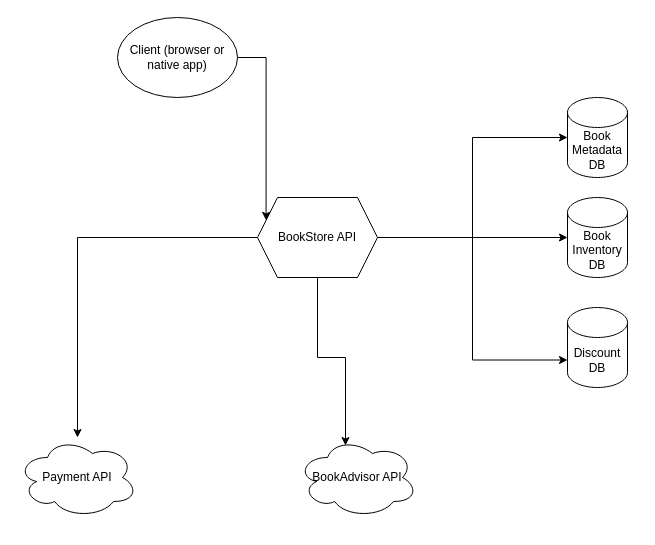
Above: docs/Technical Architecture.drawio in GTechene/BookShop (draw.io), before the change. Source tidied: cells renumbered, new cells numbered last; positions are measured from the earlier drawing's top-left corner, leaving out a move shared by most shapes. Both pictures are drawn from the tidied source at 100%, with x=0, y=0 at pixel (17, 17).
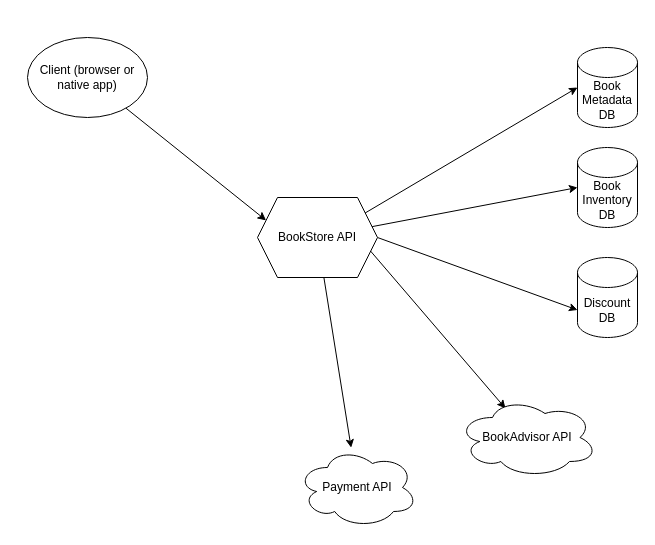
Above is the later version.

Commit message:
Update architecture to differentiate left-side adapters from right-side adapters

The edit, as a diff of the source:
```diff
@@
 <mxGraphModel>
   <root>
     <mxCell id="0" />
     <mxCell id="1" parent="0" />
-    <mxCell id="2" style="edgeStyle=orthogonalEdgeStyle;rounded=0;jettySize=auto;html=1;entryX=0;entryY=0.5;entryDx=0;entryDy=0;entryPerimeter=0;" parent="1" edge="1" source="7" target="10">
-      <mxGeometry relative="1" as="geometry" />
+    <mxCell id="2" style="rounded=0;jettySize=auto;html=1;entryX=0;entryY=0.5;entryDx=0;entryDy=0;entryPerimeter=0;" parent="1" edge="1" target="10">
+      <mxGeometry relative="1" as="geometry">
+        <mxPoint x="340" y="200" as="sourcePoint" />
+      </mxGeometry>
     </mxCell>
-    <mxCell id="3" style="edgeStyle=orthogonalEdgeStyle;rounded=0;jettySize=auto;html=1;entryX=0;entryY=0.5;entryDx=0;entryDy=0;entryPerimeter=0;" parent="1" edge="1" source="7" target="11">
-      <mxGeometry relative="1" as="geometry" />
+    <mxCell id="3" style="rounded=0;jettySize=auto;html=1;entryX=0;entryY=0.5;entryDx=0;entryDy=0;entryPerimeter=0;" parent="1" edge="1" target="11">
+      <mxGeometry relative="1" as="geometry">
+        <mxPoint x="350" y="210" as="sourcePoint" />
+      </mxGeometry>
     </mxCell>
-    <mxCell id="4" style="edgeStyle=orthogonalEdgeStyle;rounded=0;jettySize=auto;html=1;entryX=0;entryY=0;entryDx=0;entryDy=52.5;entryPerimeter=0;" parent="1" edge="1" source="7" target="12">
+    <mxCell id="4" style="rounded=0;jettySize=auto;html=1;entryX=0;entryY=0;entryDx=0;entryDy=52.5;entryPerimeter=0;exitX=1;exitY=0.5;exitDx=0;exitDy=0;" parent="1" edge="1" source="7" target="12">
       <mxGeometry relative="1" as="geometry" />
     </mxCell>
-    <mxCell id="5" style="edgeStyle=orthogonalEdgeStyle;rounded=0;jettySize=auto;html=1;startArrow=none;startFill=0;strokeColor=default;" parent="1" edge="1" source="7" target="14">
+    <mxCell id="5" style="rounded=0;jettySize=auto;html=1;startArrow=none;startFill=0;strokeColor=default;" parent="1" edge="1" source="7" target="14">
       <mxGeometry relative="1" as="geometry" />
     </mxCell>
-    <mxCell id="6" style="rounded=0;jettySize=auto;html=1;entryX=0.4;entryY=0.1;entryDx=0;entryDy=0;entryPerimeter=0;startArrow=none;startFill=0;strokeColor=default;edgeStyle=orthogonalEdgeStyle;" parent="1" edge="1" source="7" target="13">
-      <mxGeometry relative="1" as="geometry" />
+    <mxCell id="6" style="rounded=0;orthogonalLoop=1;jettySize=auto;html=1;entryX=0.4;entryY=0.1;entryDx=0;entryDy=0;entryPerimeter=0;startArrow=none;startFill=0;strokeColor=default;" parent="1" edge="1">
+      <mxGeometry relative="1" as="geometry">
+        <mxPoint x="350" y="230" as="sourcePoint" />
+        <mxPoint x="488" y="390.9" as="targetPoint" />
+      </mxGeometry>
     </mxCell>
     <mxCell id="7" value="BookStore API" style="shape=hexagon;perimeter=hexagonPerimeter2;whiteSpace=wrap;html=1;fixedSize=1;" parent="1" vertex="1">
       <mxGeometry x="240" y="180" width="120" height="80" as="geometry" />
     </mxCell>
-    <mxCell id="8" style="edgeStyle=orthogonalEdgeStyle;rounded=0;jettySize=auto;html=1;entryX=0;entryY=0.25;entryDx=0;entryDy=0;" parent="1" edge="1" source="9" target="7">
+    <mxCell id="8" style="rounded=0;jettySize=auto;html=1;entryX=0;entryY=0.25;entryDx=0;entryDy=0;" parent="1" edge="1" source="9" target="7">
       <mxGeometry relative="1" as="geometry" />
     </mxCell>
     <mxCell id="9" value="Client (browser or native app)" style="ellipse;whiteSpace=wrap;html=1;" parent="1" vertex="1">
-      <mxGeometry x="100" width="120" height="80" as="geometry" />
+      <mxGeometry x="10" y="20" width="120" height="80" as="geometry" />
     </mxCell>
     <mxCell id="10" value="Book Metadata DB" style="shape=cylinder3;whiteSpace=wrap;html=1;boundedLbl=1;backgroundOutline=1;size=15;" parent="1" vertex="1">
-      <mxGeometry x="550" y="80" width="60" height="80" as="geometry" />
+      <mxGeometry x="560" y="30" width="60" height="80" as="geometry" />
     </mxCell>
     <mxCell id="11" value="Book Inventory DB" style="shape=cylinder3;whiteSpace=wrap;html=1;boundedLbl=1;backgroundOutline=1;size=15;" parent="1" vertex="1">
-      <mxGeometry x="550" y="180" width="60" height="80" as="geometry" />
+      <mxGeometry x="560" y="130" width="60" height="80" as="geometry" />
     </mxCell>
     <mxCell id="12" value="Discount DB" style="shape=cylinder3;whiteSpace=wrap;html=1;boundedLbl=1;backgroundOutline=1;size=15;" parent="1" vertex="1">
-      <mxGeometry x="550" y="290" width="60" height="80" as="geometry" />
+      <mxGeometry x="560" y="240" width="60" height="80" as="geometry" />
     </mxCell>
     <mxCell id="13" value="BookAdvisor API" style="ellipse;shape=cloud;whiteSpace=wrap;html=1;" parent="1" vertex="1">
-      <mxGeometry x="280" y="420" width="120" height="80" as="geometry" />
+      <mxGeometry x="440" y="380" width="140" height="80" as="geometry" />
     </mxCell>
     <mxCell id="14" value="Payment API" style="ellipse;shape=cloud;whiteSpace=wrap;html=1;" parent="1" vertex="1">
-      <mxGeometry y="420" width="120" height="80" as="geometry" />
+      <mxGeometry x="280" y="430" width="120" height="80" as="geometry" />
     </mxCell>
   </root>
 </mxGraphModel>
```
